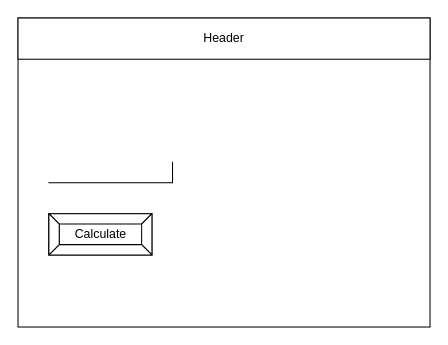
This is design/story-board.drawio from Kenny-Le-281/ICS2O-Unit3-04-JS, a draw.io file, before an edit. Source tidied: cells renumbered, new cells numbered last; positions are measured from the earlier drawing's top-left corner, leaving out a move shared by most shapes. Both pictures are drawn from the tidied source at 103%, with x=0, y=0 at pixel (18, 18).
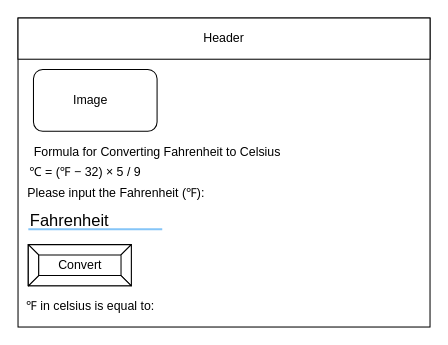
The same page after the edit.

Diff of the diagram source:
```diff
@@
 <mxGraphModel>
   <root>
     <mxCell id="0" />
     <mxCell id="1" parent="0" />
     <mxCell id="2" style="rounded=0;whiteSpace=wrap;html=1;" parent="1" vertex="1">
       <mxGeometry width="400" height="300" as="geometry" />
     </mxCell>
     <mxCell id="3" value="Header" style="rounded=0;whiteSpace=wrap;html=1;" parent="1" vertex="1">
       <mxGeometry width="400" height="40" as="geometry" />
     </mxCell>
-    <mxCell id="4" style="shape=partialRectangle;whiteSpace=wrap;html=1;top=0;left=0;fillColor=none;" parent="1" vertex="1">
-      <mxGeometry x="30" y="140" width="120" height="20" as="geometry" />
-    </mxCell>
-    <mxCell id="5" value="Calculate" style="labelPosition=center;verticalLabelPosition=middle;align=center;html=1;shape=mxgraph.basic.button;dx=10;" parent="1" vertex="1">
-      <mxGeometry x="30" y="190" width="100" height="40" as="geometry" />
+    <mxCell id="5" value="Convert" style="labelPosition=center;verticalLabelPosition=middle;align=center;html=1;shape=mxgraph.basic.button;dx=10;" parent="1" vertex="1">
+      <mxGeometry x="10" y="220" width="100" height="40" as="geometry" />
     </mxCell>
+    <mxCell id="6" value="Fahrenheit" style="text;fontSize=16;verticalAlign=middle;strokeColor=none;fillColor=none;" parent="1" vertex="1">
+      <mxGeometry x="10" y="180" width="346" height="30" as="geometry" />
+    </mxCell>
+    <mxCell id="7" style="dashed=0;shape=line;strokeWidth=2;noLabel=1;strokeColor=#0C8CF2;opacity=50;" parent="1" vertex="1">
+      <mxGeometry x="10" y="200" width="130" height="10" as="geometry" />
+    </mxCell>
+    <mxCell id="8" value="Formula for Converting Fahrenheit to Celsius" style="text;html=1;align=center;verticalAlign=middle;fillColor=none;strokeColor=none;rounded=0;" parent="1" vertex="1">
+      <mxGeometry x="10" y="120" width="250" height="20" as="geometry" />
+    </mxCell>
+    <mxCell id="9" value="℃ = (℉ − 32) × 5 / 9" style="text;html=1;align=center;verticalAlign=middle;fillColor=none;strokeColor=none;rounded=0;" parent="1" vertex="1">
+      <mxGeometry y="140" width="130" height="20" as="geometry" />
+    </mxCell>
+    <mxCell id="10" value="Please input the Fahrenheit (℉):" style="text;html=1;align=center;verticalAlign=middle;fillColor=none;strokeColor=none;rounded=0;" parent="1" vertex="1">
+      <mxGeometry y="160" width="190" height="20" as="geometry" />
+    </mxCell>
+    <mxCell id="11" value="℉ in celsius is equal to:" style="text;html=1;align=center;verticalAlign=middle;fillColor=none;strokeColor=none;rounded=0;" parent="1" vertex="1">
+      <mxGeometry y="270" width="140" height="20" as="geometry" />
+    </mxCell>
+    <mxCell id="12" style="rounded=1;whiteSpace=wrap;html=1;" parent="1" vertex="1">
+      <mxGeometry x="15" y="50" width="120" height="60" as="geometry" />
+    </mxCell>
+    <mxCell id="13" value="Image" style="text;html=1;align=center;verticalAlign=middle;fillColor=none;strokeColor=none;rounded=0;" parent="1" vertex="1">
+      <mxGeometry x="45" y="70" width="50" height="20" as="geometry" />
+    </mxCell>
   </root>
 </mxGraphModel>
```
